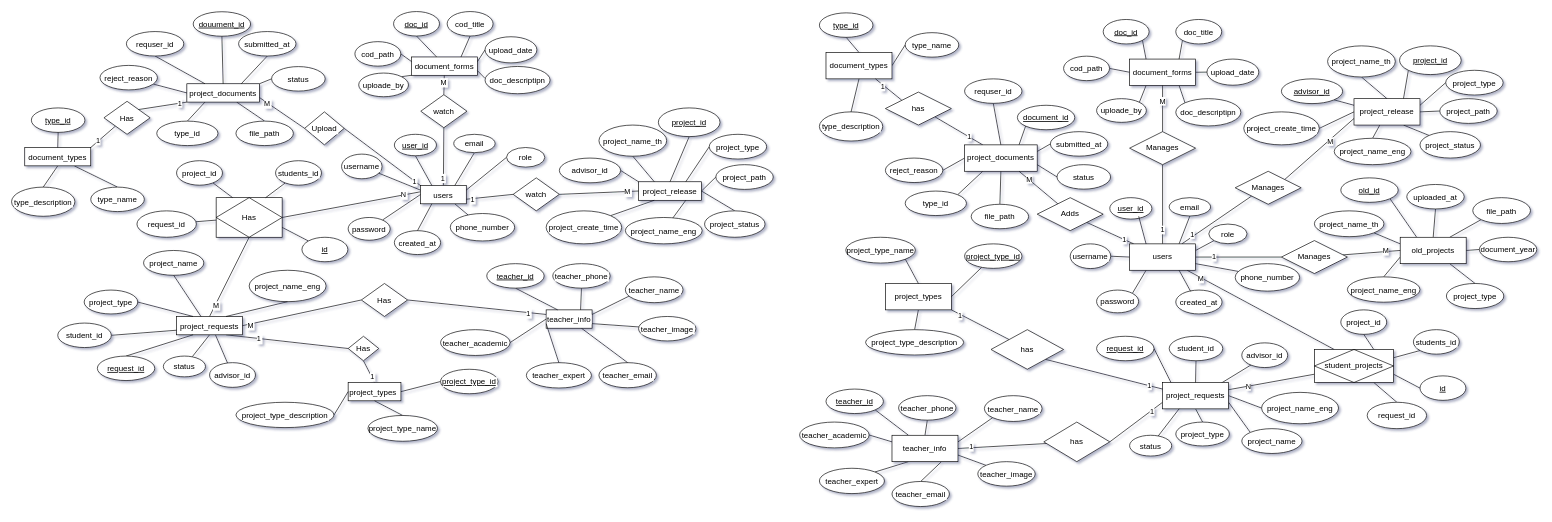
Above: ER.drawio in ItsRyS/Diagram-pms (draw.io), before the change. Source tidied: cells renumbered, new cells numbered last; positions are measured from the earlier drawing's top-left corner, leaving out a move shared by most shapes. Both pictures are drawn from the tidied source at 66%, with x=0, y=0 at pixel (11, 11).
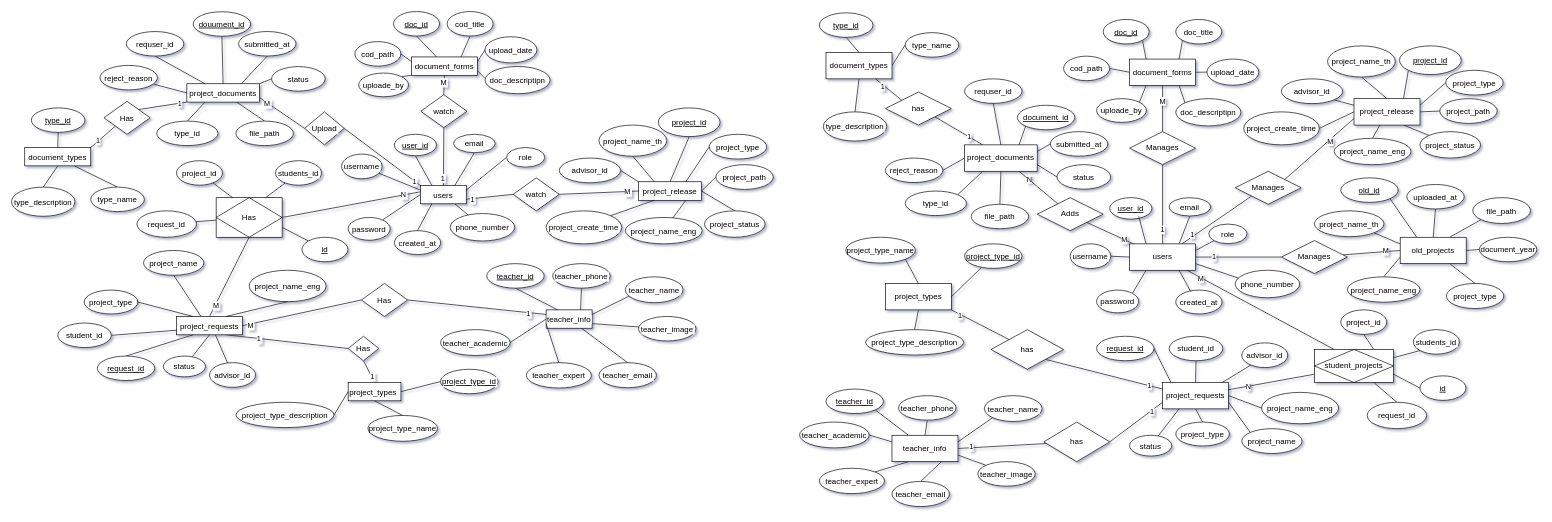
The same diagram, later.

Unchanged cells that the change refers to:
```xml
<mxCell id="140" style="rounded=0;jettySize=auto;html=1;entryX=1;entryY=1;entryDx=0;entryDy=0;endArrow=none;startFill=0;" parent="1" edge="1" source="148" target="208">
  <mxGeometry relative="1" as="geometry" />
</mxCell>
<mxCell id="206" style="rounded=0;jettySize=auto;html=1;entryX=0.75;entryY=1;entryDx=0;entryDy=0;endArrow=none;startFill=0;" parent="1" edge="1" source="208" target="187">
  <mxGeometry relative="1" as="geometry" />
</mxCell>
```

Change to the diagram source:
```diff
@@
-    <mxCell id="141" value="1" style="edgeLabel;html=1;align=center;verticalAlign=middle;" parent="140" vertex="1">
+    <mxCell id="141" value="M" style="edgeLabel;html=1;align=center;verticalAlign=middle;" parent="140" vertex="1">
       <mxGeometry x="-0.59" relative="1" as="geometry" />
     </mxCell>
@@
     <mxCell id="151" value="phone_number" style="ellipse;labelBackgroundColor=default;fontColor=default;textShadow=0;labelBorderColor=none;" parent="1" vertex="1">
-      <mxGeometry x="1854" y="382" width="97.6" height="41.6" as="geometry" />
+      <mxGeometry x="1854" y="392" width="97.6" height="41.6" as="geometry" />
     </mxCell>
@@
-    <mxCell id="207" value="M" style="edgeLabel;html=1;align=center;verticalAlign=middle;" parent="206" vertex="1">
+    <mxCell id="207" value="N" style="edgeLabel;html=1;align=center;verticalAlign=middle;" parent="206" vertex="1">
       <mxGeometry x="0.49" y="-1" relative="1" as="geometry">
         <mxPoint x="-1" as="offset" />
       </mxGeometry>
     </mxCell>
@@
-    <mxCell id="241" value="advisor_id" style="ellipse;labelBackgroundColor=default;fontColor=default;textShadow=0;labelBorderColor=none;fontStyle=4;" parent="1" vertex="1">
+    <mxCell id="241" value="advisor_id" style="ellipse;labelBackgroundColor=default;fontColor=default;textShadow=0;labelBorderColor=none;fontStyle=0;" parent="1" vertex="1">
       <mxGeometry x="1924" y="102" width="92.8" height="37.5" as="geometry" />
     </mxCell>
@@
     <mxCell id="294" value="type_description" style="ellipse;labelBackgroundColor=default;fontColor=default;textShadow=0;labelBorderColor=none;" parent="1" vertex="1">
-      <mxGeometry x="1224" y="152" width="96" height="44.2" as="geometry" />
+      <mxGeometry x="1230" y="152" width="96" height="44.2" as="geometry" />
     </mxCell>
```
